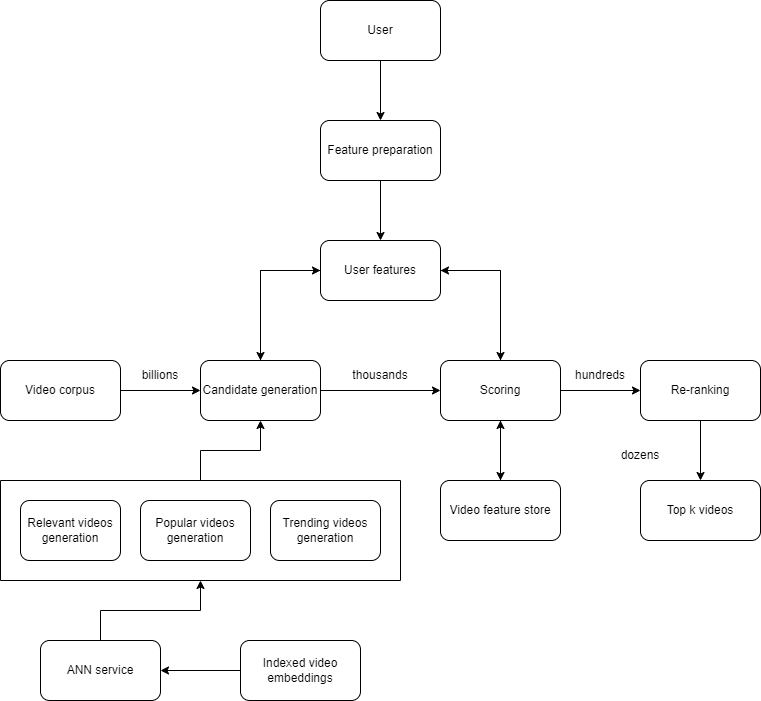
The draw.io diagram img/machine-learning-system-design/video-recommendation-system1.png in riehseun/riehseun.github.io, before a commit. Source tidied: cells renumbered, new cells last; positions are measured from the earlier drawing's top-left corner, leaving out a move shared by most shapes. Source of this version:
```xml
<mxGraphModel>
  <root>
    <mxCell id="0" />
    <mxCell id="1" parent="0" />
    <mxCell id="2" style="edgeStyle=orthogonalEdgeStyle;rounded=0;jettySize=auto;html=1;exitX=1;exitY=0.5;exitDx=0;exitDy=0;entryX=0;entryY=0.5;entryDx=0;entryDy=0;" parent="1" edge="1" source="3" target="6">
      <mxGeometry relative="1" as="geometry" />
    </mxCell>
    <mxCell id="3" value="Video corpus" style="rounded=1;whiteSpace=wrap;html=1;" parent="1" vertex="1">
      <mxGeometry y="360" width="120" height="60" as="geometry" />
    </mxCell>
    <mxCell id="4" style="edgeStyle=orthogonalEdgeStyle;rounded=0;jettySize=auto;html=1;exitX=0.5;exitY=0;exitDx=0;exitDy=0;entryX=0;entryY=0.5;entryDx=0;entryDy=0;" parent="1" edge="1" source="6" target="15">
      <mxGeometry relative="1" as="geometry" />
    </mxCell>
    <mxCell id="5" style="edgeStyle=orthogonalEdgeStyle;rounded=0;jettySize=auto;html=1;exitX=1;exitY=0.5;exitDx=0;exitDy=0;" parent="1" edge="1" source="6" target="10">
      <mxGeometry relative="1" as="geometry" />
    </mxCell>
    <mxCell id="6" value="Candidate generation" style="rounded=1;whiteSpace=wrap;html=1;" parent="1" vertex="1">
      <mxGeometry x="200" y="360" width="120" height="60" as="geometry" />
    </mxCell>
    <mxCell id="7" style="edgeStyle=orthogonalEdgeStyle;rounded=0;jettySize=auto;html=1;exitX=1;exitY=0.5;exitDx=0;exitDy=0;entryX=0;entryY=0.5;entryDx=0;entryDy=0;" parent="1" edge="1" source="10" target="12">
      <mxGeometry relative="1" as="geometry" />
    </mxCell>
    <mxCell id="8" style="edgeStyle=orthogonalEdgeStyle;rounded=0;jettySize=auto;html=1;exitX=0.5;exitY=0;exitDx=0;exitDy=0;entryX=1;entryY=0.5;entryDx=0;entryDy=0;" parent="1" edge="1" source="10" target="15">
      <mxGeometry relative="1" as="geometry" />
    </mxCell>
    <mxCell id="9" style="edgeStyle=orthogonalEdgeStyle;rounded=0;jettySize=auto;html=1;exitX=0.5;exitY=1;exitDx=0;exitDy=0;entryX=0.5;entryY=0;entryDx=0;entryDy=0;" parent="1" edge="1" source="10" target="21">
      <mxGeometry relative="1" as="geometry" />
    </mxCell>
    <mxCell id="10" value="Scoring" style="rounded=1;whiteSpace=wrap;html=1;" parent="1" vertex="1">
      <mxGeometry x="440" y="360" width="120" height="60" as="geometry" />
    </mxCell>
    <mxCell id="11" style="edgeStyle=orthogonalEdgeStyle;rounded=0;jettySize=auto;html=1;exitX=0.5;exitY=1;exitDx=0;exitDy=0;entryX=0.5;entryY=0;entryDx=0;entryDy=0;" parent="1" edge="1" source="12" target="22">
      <mxGeometry relative="1" as="geometry" />
    </mxCell>
    <mxCell id="12" value="Re-ranking" style="rounded=1;whiteSpace=wrap;html=1;" parent="1" vertex="1">
      <mxGeometry x="640" y="360" width="120" height="60" as="geometry" />
    </mxCell>
    <mxCell id="13" style="edgeStyle=orthogonalEdgeStyle;rounded=0;jettySize=auto;html=1;exitX=0;exitY=0.5;exitDx=0;exitDy=0;entryX=0.5;entryY=0;entryDx=0;entryDy=0;" parent="1" edge="1" source="15" target="6">
      <mxGeometry relative="1" as="geometry" />
    </mxCell>
    <mxCell id="14" style="edgeStyle=orthogonalEdgeStyle;rounded=0;jettySize=auto;html=1;exitX=1;exitY=0.5;exitDx=0;exitDy=0;" parent="1" edge="1" source="15" target="10">
      <mxGeometry relative="1" as="geometry" />
    </mxCell>
    <mxCell id="15" value="User features" style="rounded=1;whiteSpace=wrap;html=1;" parent="1" vertex="1">
      <mxGeometry x="320" y="240" width="120" height="60" as="geometry" />
    </mxCell>
    <mxCell id="16" style="edgeStyle=orthogonalEdgeStyle;rounded=0;jettySize=auto;html=1;exitX=0.5;exitY=1;exitDx=0;exitDy=0;entryX=0.5;entryY=0;entryDx=0;entryDy=0;" parent="1" edge="1" source="17" target="19">
      <mxGeometry relative="1" as="geometry" />
    </mxCell>
    <mxCell id="17" value="User" style="rounded=1;whiteSpace=wrap;html=1;" parent="1" vertex="1">
      <mxGeometry x="320" width="120" height="60" as="geometry" />
    </mxCell>
    <mxCell id="18" style="edgeStyle=orthogonalEdgeStyle;rounded=0;jettySize=auto;html=1;exitX=0.5;exitY=1;exitDx=0;exitDy=0;entryX=0.5;entryY=0;entryDx=0;entryDy=0;" parent="1" edge="1" source="19" target="15">
      <mxGeometry relative="1" as="geometry" />
    </mxCell>
    <mxCell id="19" value="Feature preparation" style="rounded=1;whiteSpace=wrap;html=1;" parent="1" vertex="1">
      <mxGeometry x="320" y="120" width="120" height="60" as="geometry" />
    </mxCell>
    <mxCell id="20" style="edgeStyle=orthogonalEdgeStyle;rounded=0;jettySize=auto;html=1;exitX=0.5;exitY=0;exitDx=0;exitDy=0;entryX=0.5;entryY=1;entryDx=0;entryDy=0;" parent="1" edge="1" source="21" target="10">
      <mxGeometry relative="1" as="geometry" />
    </mxCell>
    <mxCell id="21" value="Video feature store" style="rounded=1;whiteSpace=wrap;html=1;" parent="1" vertex="1">
      <mxGeometry x="440" y="480" width="120" height="60" as="geometry" />
    </mxCell>
    <mxCell id="22" value="Top k videos" style="rounded=1;whiteSpace=wrap;html=1;" parent="1" vertex="1">
      <mxGeometry x="640" y="480" width="120" height="60" as="geometry" />
    </mxCell>
    <mxCell id="23" value="billions" style="text;html=1;strokeColor=none;fillColor=none;align=center;verticalAlign=middle;whiteSpace=wrap;rounded=0;" parent="1" vertex="1">
      <mxGeometry x="120" y="360" width="80" height="30" as="geometry" />
    </mxCell>
    <mxCell id="24" value="thousands" style="text;html=1;strokeColor=none;fillColor=none;align=center;verticalAlign=middle;whiteSpace=wrap;rounded=0;" parent="1" vertex="1">
      <mxGeometry x="320" y="360" width="120" height="30" as="geometry" />
    </mxCell>
    <mxCell id="25" value="hundreds" style="text;html=1;strokeColor=none;fillColor=none;align=center;verticalAlign=middle;whiteSpace=wrap;rounded=0;" parent="1" vertex="1">
      <mxGeometry x="560" y="360" width="80" height="30" as="geometry" />
    </mxCell>
    <mxCell id="26" value="dozens" style="text;html=1;strokeColor=none;fillColor=none;align=center;verticalAlign=middle;whiteSpace=wrap;rounded=0;" parent="1" vertex="1">
      <mxGeometry x="600" y="440" width="80" height="30" as="geometry" />
    </mxCell>
    <mxCell id="27" style="edgeStyle=orthogonalEdgeStyle;rounded=0;jettySize=auto;html=1;exitX=0.5;exitY=0;exitDx=0;exitDy=0;entryX=0.5;entryY=1;entryDx=0;entryDy=0;" parent="1" edge="1" source="28" target="6">
      <mxGeometry relative="1" as="geometry" />
    </mxCell>
    <mxCell id="28" style="swimlane;startSize=0;" parent="1" vertex="1">
      <mxGeometry y="480" width="400" height="100" as="geometry" />
    </mxCell>
    <mxCell id="29" value="Relevant videos generation" style="rounded=1;whiteSpace=wrap;html=1;" parent="28" vertex="1">
      <mxGeometry x="20" y="20" width="100" height="60" as="geometry" />
    </mxCell>
    <mxCell id="30" value="Popular videos generation" style="rounded=1;whiteSpace=wrap;html=1;" parent="28" vertex="1">
      <mxGeometry x="140" y="20" width="110" height="60" as="geometry" />
    </mxCell>
    <mxCell id="31" value="Trending videos generation" style="rounded=1;whiteSpace=wrap;html=1;" parent="28" vertex="1">
      <mxGeometry x="270" y="20" width="110" height="60" as="geometry" />
    </mxCell>
    <mxCell id="32" style="edgeStyle=orthogonalEdgeStyle;rounded=0;jettySize=auto;html=1;exitX=0.5;exitY=0;exitDx=0;exitDy=0;entryX=0.5;entryY=1;entryDx=0;entryDy=0;" parent="1" edge="1" source="33" target="28">
      <mxGeometry relative="1" as="geometry" />
    </mxCell>
    <mxCell id="33" value="ANN service" style="rounded=1;whiteSpace=wrap;html=1;" parent="1" vertex="1">
      <mxGeometry x="40" y="640" width="120" height="60" as="geometry" />
    </mxCell>
    <mxCell id="34" style="edgeStyle=orthogonalEdgeStyle;rounded=0;jettySize=auto;html=1;exitX=0;exitY=0.5;exitDx=0;exitDy=0;entryX=1;entryY=0.5;entryDx=0;entryDy=0;" parent="1" edge="1" source="35" target="33">
      <mxGeometry relative="1" as="geometry" />
    </mxCell>
    <mxCell id="35" value="Indexed video embeddings" style="rounded=1;whiteSpace=wrap;html=1;" parent="1" vertex="1">
      <mxGeometry x="240" y="640" width="120" height="60" as="geometry" />
    </mxCell>
  </root>
</mxGraphModel>
```
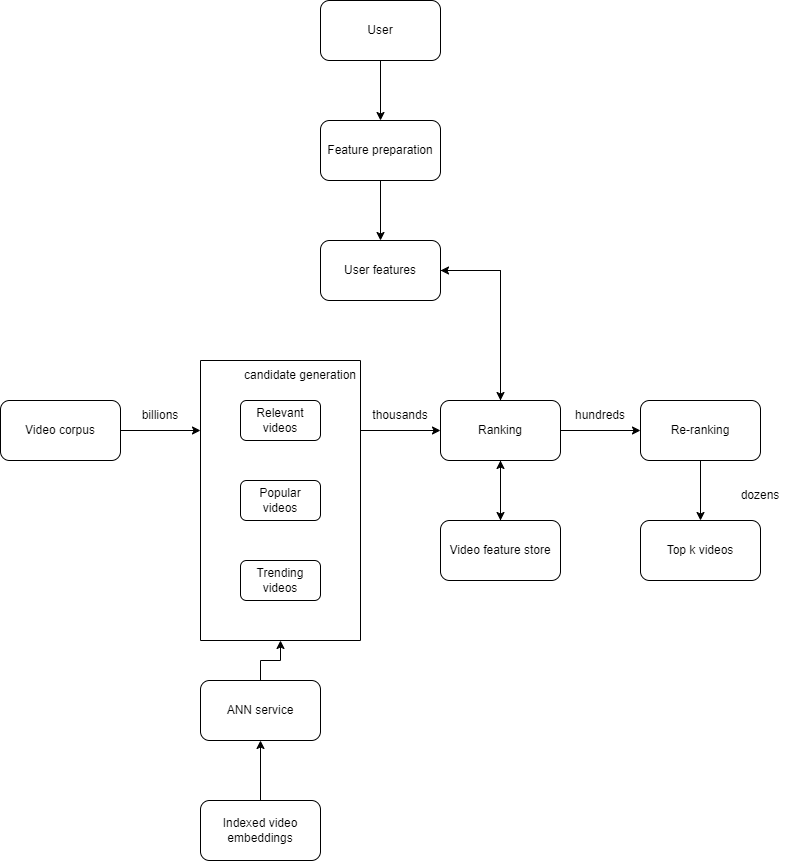
Above is the later version.

Diff of the diagram source:
```diff
@@ -2,21 +2,12 @@
   <root>
     <mxCell id="0" />
     <mxCell id="1" parent="0" />
-    <mxCell id="2" style="edgeStyle=orthogonalEdgeStyle;rounded=0;jettySize=auto;html=1;exitX=1;exitY=0.5;exitDx=0;exitDy=0;entryX=0;entryY=0.5;entryDx=0;entryDy=0;" parent="1" edge="1" source="3" target="6">
-      <mxGeometry relative="1" as="geometry" />
-    </mxCell>
+    <mxCell id="36" style="edgeStyle=orthogonalEdgeStyle;rounded=0;jettySize=auto;html=1;exitX=1;exitY=0.5;exitDx=0;exitDy=0;entryX=0;entryY=0.25;entryDx=0;entryDy=0;" parent="1" edge="1" source="3" target="39">
+      <mxGeometry relative="1" as="geometry" />
+    </mxCell>
     <mxCell id="3" value="Video corpus" style="rounded=1;whiteSpace=wrap;html=1;" parent="1" vertex="1">
-      <mxGeometry y="360" width="120" height="60" as="geometry" />
+      <mxGeometry y="400" width="120" height="60" as="geometry" />
     </mxCell>
-    <mxCell id="4" style="edgeStyle=orthogonalEdgeStyle;rounded=0;jettySize=auto;html=1;exitX=0.5;exitY=0;exitDx=0;exitDy=0;entryX=0;entryY=0.5;entryDx=0;entryDy=0;" parent="1" edge="1" source="6" target="15">
-      <mxGeometry relative="1" as="geometry" />
-    </mxCell>
-    <mxCell id="5" style="edgeStyle=orthogonalEdgeStyle;rounded=0;jettySize=auto;html=1;exitX=1;exitY=0.5;exitDx=0;exitDy=0;" parent="1" edge="1" source="6" target="10">
-      <mxGeometry relative="1" as="geometry" />
-    </mxCell>
-    <mxCell id="6" value="Candidate generation" style="rounded=1;whiteSpace=wrap;html=1;" parent="1" vertex="1">
-      <mxGeometry x="200" y="360" width="120" height="60" as="geometry" />
-    </mxCell>
     <mxCell id="7" style="edgeStyle=orthogonalEdgeStyle;rounded=0;jettySize=auto;html=1;exitX=1;exitY=0.5;exitDx=0;exitDy=0;entryX=0;entryY=0.5;entryDx=0;entryDy=0;" parent="1" edge="1" source="10" target="12">
       <mxGeometry relative="1" as="geometry" />
     </mxCell>
@@ -26,18 +17,15 @@
     <mxCell id="9" style="edgeStyle=orthogonalEdgeStyle;rounded=0;jettySize=auto;html=1;exitX=0.5;exitY=1;exitDx=0;exitDy=0;entryX=0.5;entryY=0;entryDx=0;entryDy=0;" parent="1" edge="1" source="10" target="21">
       <mxGeometry relative="1" as="geometry" />
     </mxCell>
-    <mxCell id="10" value="Scoring" style="rounded=1;whiteSpace=wrap;html=1;" parent="1" vertex="1">
-      <mxGeometry x="440" y="360" width="120" height="60" as="geometry" />
+    <mxCell id="10" value="Ranking" style="rounded=1;whiteSpace=wrap;html=1;" parent="1" vertex="1">
+      <mxGeometry x="440" y="400" width="120" height="60" as="geometry" />
     </mxCell>
     <mxCell id="11" style="edgeStyle=orthogonalEdgeStyle;rounded=0;jettySize=auto;html=1;exitX=0.5;exitY=1;exitDx=0;exitDy=0;entryX=0.5;entryY=0;entryDx=0;entryDy=0;" parent="1" edge="1" source="12" target="22">
       <mxGeometry relative="1" as="geometry" />
     </mxCell>
     <mxCell id="12" value="Re-ranking" style="rounded=1;whiteSpace=wrap;html=1;" parent="1" vertex="1">
-      <mxGeometry x="640" y="360" width="120" height="60" as="geometry" />
+      <mxGeometry x="640" y="400" width="120" height="60" as="geometry" />
     </mxCell>
-    <mxCell id="13" style="edgeStyle=orthogonalEdgeStyle;rounded=0;jettySize=auto;html=1;exitX=0;exitY=0.5;exitDx=0;exitDy=0;entryX=0.5;entryY=0;entryDx=0;entryDy=0;" parent="1" edge="1" source="15" target="6">
-      <mxGeometry relative="1" as="geometry" />
-    </mxCell>
     <mxCell id="14" style="edgeStyle=orthogonalEdgeStyle;rounded=0;jettySize=auto;html=1;exitX=1;exitY=0.5;exitDx=0;exitDy=0;" parent="1" edge="1" source="15" target="10">
       <mxGeometry relative="1" as="geometry" />
     </mxCell>
@@ -60,49 +48,52 @@
       <mxGeometry relative="1" as="geometry" />
     </mxCell>
     <mxCell id="21" value="Video feature store" style="rounded=1;whiteSpace=wrap;html=1;" parent="1" vertex="1">
-      <mxGeometry x="440" y="480" width="120" height="60" as="geometry" />
+      <mxGeometry x="440" y="520" width="120" height="60" as="geometry" />
     </mxCell>
     <mxCell id="22" value="Top k videos" style="rounded=1;whiteSpace=wrap;html=1;" parent="1" vertex="1">
-      <mxGeometry x="640" y="480" width="120" height="60" as="geometry" />
+      <mxGeometry x="640" y="520" width="120" height="60" as="geometry" />
     </mxCell>
     <mxCell id="23" value="billions" style="text;html=1;strokeColor=none;fillColor=none;align=center;verticalAlign=middle;whiteSpace=wrap;rounded=0;" parent="1" vertex="1">
-      <mxGeometry x="120" y="360" width="80" height="30" as="geometry" />
+      <mxGeometry x="120" y="400" width="80" height="30" as="geometry" />
     </mxCell>
     <mxCell id="24" value="thousands" style="text;html=1;strokeColor=none;fillColor=none;align=center;verticalAlign=middle;whiteSpace=wrap;rounded=0;" parent="1" vertex="1">
-      <mxGeometry x="320" y="360" width="120" height="30" as="geometry" />
+      <mxGeometry x="360" y="400" width="80" height="30" as="geometry" />
     </mxCell>
     <mxCell id="25" value="hundreds" style="text;html=1;strokeColor=none;fillColor=none;align=center;verticalAlign=middle;whiteSpace=wrap;rounded=0;" parent="1" vertex="1">
-      <mxGeometry x="560" y="360" width="80" height="30" as="geometry" />
+      <mxGeometry x="560" y="400" width="80" height="30" as="geometry" />
     </mxCell>
     <mxCell id="26" value="dozens" style="text;html=1;strokeColor=none;fillColor=none;align=center;verticalAlign=middle;whiteSpace=wrap;rounded=0;" parent="1" vertex="1">
-      <mxGeometry x="600" y="440" width="80" height="30" as="geometry" />
+      <mxGeometry x="720" y="480" width="80" height="30" as="geometry" />
     </mxCell>
-    <mxCell id="27" style="edgeStyle=orthogonalEdgeStyle;rounded=0;jettySize=auto;html=1;exitX=0.5;exitY=0;exitDx=0;exitDy=0;entryX=0.5;entryY=1;entryDx=0;entryDy=0;" parent="1" edge="1" source="28" target="6">
-      <mxGeometry relative="1" as="geometry" />
-    </mxCell>
-    <mxCell id="28" style="swimlane;startSize=0;" parent="1" vertex="1">
-      <mxGeometry y="480" width="400" height="100" as="geometry" />
-    </mxCell>
+    <mxCell id="37" style="edgeStyle=orthogonalEdgeStyle;rounded=0;jettySize=auto;html=1;exitX=0.5;exitY=0;exitDx=0;exitDy=0;entryX=0.5;entryY=1;entryDx=0;entryDy=0;" parent="1" edge="1" source="33" target="39">
+      <mxGeometry relative="1" as="geometry" />
+    </mxCell>
+    <mxCell id="33" value="ANN service" style="rounded=1;whiteSpace=wrap;html=1;" parent="1" vertex="1">
+      <mxGeometry x="200" y="680" width="120" height="60" as="geometry" />
+    </mxCell>
+    <mxCell id="34" style="edgeStyle=orthogonalEdgeStyle;rounded=0;jettySize=auto;html=1;exitX=0.5;exitY=0;exitDx=0;exitDy=0;entryX=0.5;entryY=1;entryDx=0;entryDy=0;" parent="1" edge="1" source="35" target="33">
+      <mxGeometry relative="1" as="geometry" />
+    </mxCell>
+    <mxCell id="35" value="Indexed video embeddings" style="rounded=1;whiteSpace=wrap;html=1;" parent="1" vertex="1">
+      <mxGeometry x="200" y="800" width="120" height="60" as="geometry" />
+    </mxCell>
+    <mxCell id="38" style="edgeStyle=orthogonalEdgeStyle;rounded=0;jettySize=auto;html=1;exitX=1;exitY=0.25;exitDx=0;exitDy=0;entryX=0;entryY=0.5;entryDx=0;entryDy=0;" parent="1" edge="1" source="39" target="10">
+      <mxGeometry relative="1" as="geometry" />
+    </mxCell>
+    <mxCell id="39" style="swimlane;startSize=0;" parent="1" vertex="1">
+      <mxGeometry x="200" y="360" width="160" height="280" as="geometry" />
+    </mxCell>
-    <mxCell id="29" value="Relevant videos generation" style="rounded=1;whiteSpace=wrap;html=1;" parent="28" vertex="1">
-      <mxGeometry x="20" y="20" width="100" height="60" as="geometry" />
+    <mxCell id="29" value="Relevant videos" style="rounded=1;whiteSpace=wrap;html=1;" parent="39" vertex="1">
+      <mxGeometry x="40" y="40" width="80" height="40" as="geometry" />
     </mxCell>
-    <mxCell id="30" value="Popular videos generation" style="rounded=1;whiteSpace=wrap;html=1;" parent="28" vertex="1">
-      <mxGeometry x="140" y="20" width="110" height="60" as="geometry" />
+    <mxCell id="30" value="Popular videos" style="rounded=1;whiteSpace=wrap;html=1;" parent="39" vertex="1">
+      <mxGeometry x="40" y="120" width="80" height="40" as="geometry" />
     </mxCell>
-    <mxCell id="31" value="Trending videos generation" style="rounded=1;whiteSpace=wrap;html=1;" parent="28" vertex="1">
-      <mxGeometry x="270" y="20" width="110" height="60" as="geometry" />
+    <mxCell id="31" value="Trending videos" style="rounded=1;whiteSpace=wrap;html=1;" parent="39" vertex="1">
+      <mxGeometry x="40" y="200" width="80" height="40" as="geometry" />
     </mxCell>
-    <mxCell id="32" style="edgeStyle=orthogonalEdgeStyle;rounded=0;jettySize=auto;html=1;exitX=0.5;exitY=0;exitDx=0;exitDy=0;entryX=0.5;entryY=1;entryDx=0;entryDy=0;" parent="1" edge="1" source="33" target="28">
-      <mxGeometry relative="1" as="geometry" />
-    </mxCell>
-    <mxCell id="33" value="ANN service" style="rounded=1;whiteSpace=wrap;html=1;" parent="1" vertex="1">
-      <mxGeometry x="40" y="640" width="120" height="60" as="geometry" />
-    </mxCell>
-    <mxCell id="34" style="edgeStyle=orthogonalEdgeStyle;rounded=0;jettySize=auto;html=1;exitX=0;exitY=0.5;exitDx=0;exitDy=0;entryX=1;entryY=0.5;entryDx=0;entryDy=0;" parent="1" edge="1" source="35" target="33">
-      <mxGeometry relative="1" as="geometry" />
-    </mxCell>
-    <mxCell id="35" value="Indexed video embeddings" style="rounded=1;whiteSpace=wrap;html=1;" parent="1" vertex="1">
-      <mxGeometry x="240" y="640" width="120" height="60" as="geometry" />
-    </mxCell>
+    <mxCell id="40" value="candidate generation" style="text;html=1;strokeColor=none;fillColor=none;align=center;verticalAlign=middle;whiteSpace=wrap;rounded=0;" parent="39" vertex="1">
+      <mxGeometry x="40" width="120" height="30" as="geometry" />
+    </mxCell>
   </root>
 </mxGraphModel>
```
